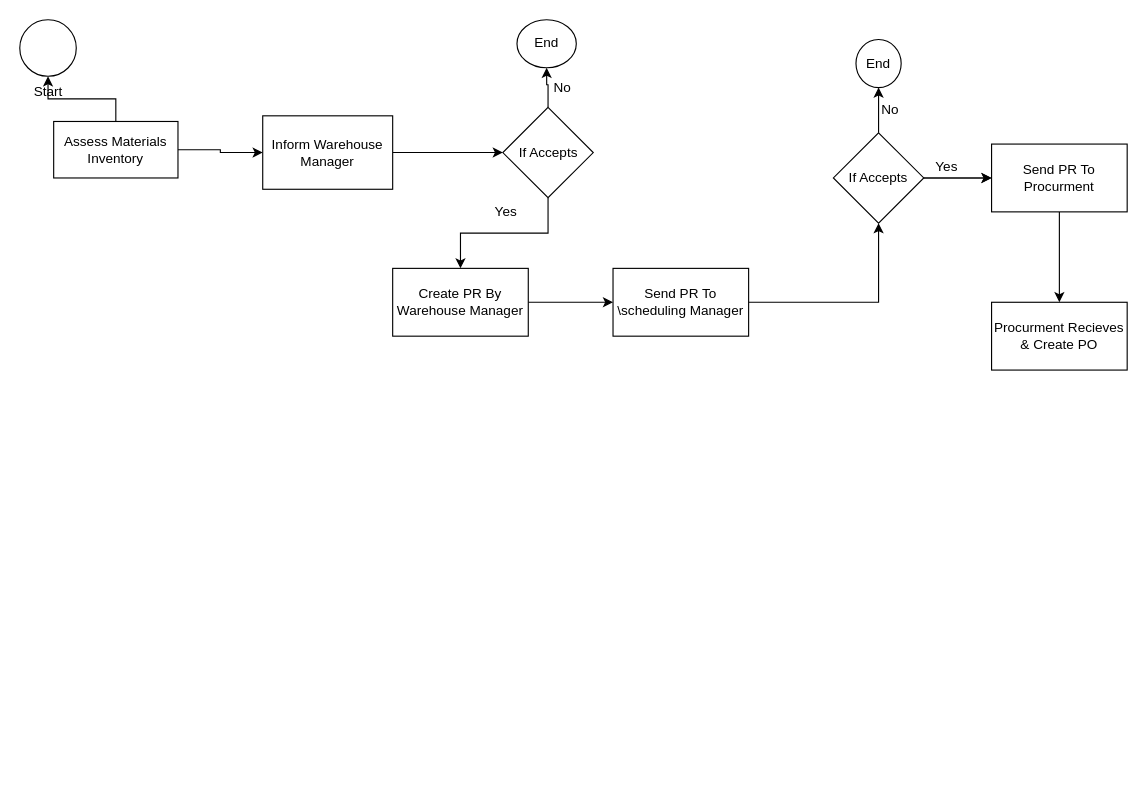
YousefShokati/YousefShokati keeps this draw.io diagram as Untitled Diagram.drawio. Above is the earlier version. Source tidied: cells renumbered, new cells numbered last; positions are measured from the earlier drawing's top-left corner, leaving out a move shared by most shapes. Both pictures are drawn from the tidied source at 113%, with x=0, y=0 at pixel (19, 19).
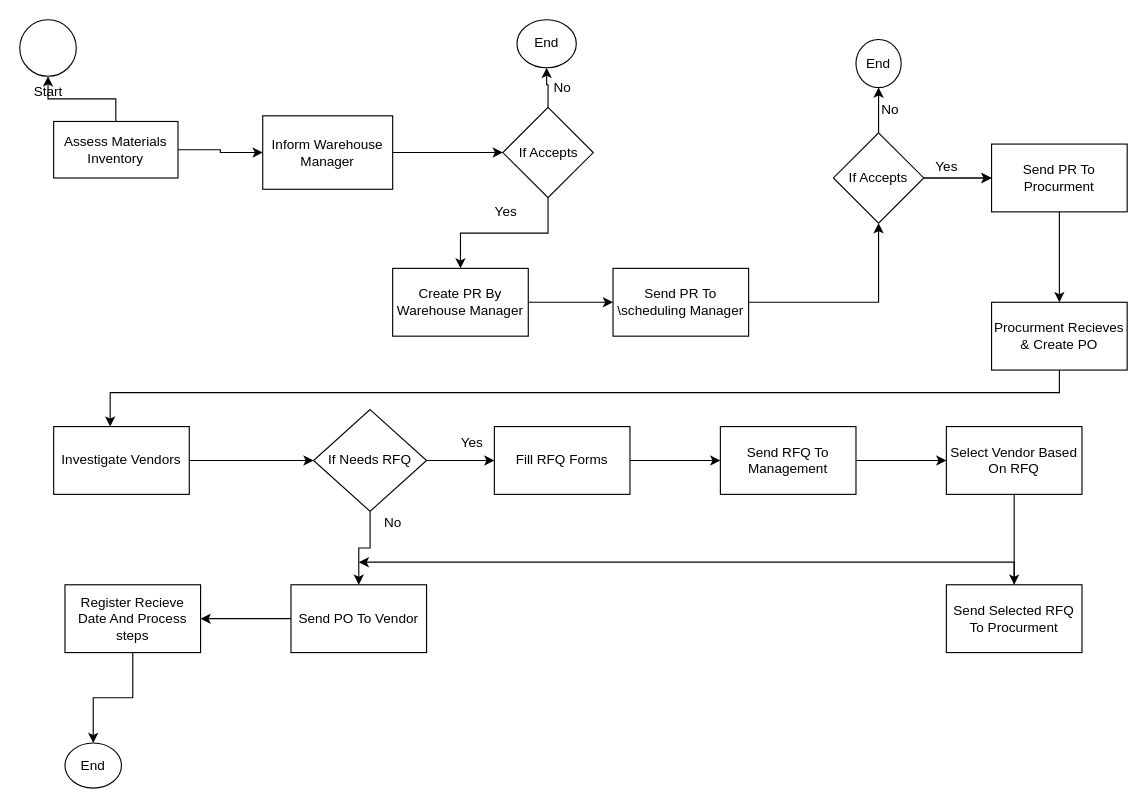
The same diagram, later.

Unchanged cells that the change refers to:
```xml
<mxCell id="27" value="Procurment Recieves &amp;amp; Create PO" style="whiteSpace=wrap;html=1;rounded=0;" parent="1" vertex="1">
  <mxGeometry x="860" y="250" width="120" height="60" as="geometry" />
</mxCell>
```

Change to the diagram source:
```diff
@@
+    <mxCell id="28" style="edgeStyle=orthogonalEdgeStyle;rounded=0;jettySize=auto;html=1;" parent="1" edge="1" source="27" target="30">
+      <mxGeometry relative="1" as="geometry">
+        <Array as="points">
+          <mxPoint x="920" y="330" />
+          <mxPoint x="80" y="330" />
+        </Array>
+      </mxGeometry>
+    </mxCell>
@@
+    <mxCell id="29" style="edgeStyle=orthogonalEdgeStyle;rounded=0;jettySize=auto;html=1;" parent="1" edge="1" source="30" target="33">
+      <mxGeometry relative="1" as="geometry">
+        <Array as="points">
+          <mxPoint x="210" y="390" />
+          <mxPoint x="210" y="390" />
+        </Array>
+      </mxGeometry>
+    </mxCell>
+    <mxCell id="30" value="Investigate Vendors" style="whiteSpace=wrap;html=1;rounded=0;" parent="1" vertex="1">
+      <mxGeometry x="30" y="360" width="120" height="60" as="geometry" />
+    </mxCell>
+    <mxCell id="31" style="edgeStyle=orthogonalEdgeStyle;rounded=0;jettySize=auto;html=1;" parent="1" edge="1" source="33" target="35">
+      <mxGeometry relative="1" as="geometry" />
+    </mxCell>
+    <mxCell id="32" style="edgeStyle=orthogonalEdgeStyle;rounded=0;jettySize=auto;html=1;" parent="1" edge="1" source="33" target="38">
+      <mxGeometry relative="1" as="geometry" />
+    </mxCell>
+    <mxCell id="33" value="If Needs RFQ" style="rhombus;whiteSpace=wrap;html=1;rounded=0;" parent="1" vertex="1">
+      <mxGeometry x="260" y="345" width="100" height="90" as="geometry" />
+    </mxCell>
+    <mxCell id="34" style="edgeStyle=orthogonalEdgeStyle;rounded=0;jettySize=auto;html=1;" parent="1" edge="1" source="35" target="47">
+      <mxGeometry relative="1" as="geometry" />
+    </mxCell>
+    <mxCell id="35" value="Send PO To Vendor" style="whiteSpace=wrap;html=1;rounded=0;" parent="1" vertex="1">
+      <mxGeometry x="240" y="500" width="120" height="60" as="geometry" />
+    </mxCell>
+    <mxCell id="36" value="No" style="text;html=1;align=center;verticalAlign=middle;strokeColor=none;fillColor=none;" parent="1" vertex="1">
+      <mxGeometry x="310" y="430" width="40" height="30" as="geometry" />
+    </mxCell>
+    <mxCell id="37" style="edgeStyle=orthogonalEdgeStyle;rounded=0;jettySize=auto;html=1;" parent="1" edge="1" source="38" target="41">
+      <mxGeometry relative="1" as="geometry" />
+    </mxCell>
+    <mxCell id="38" value="Fill RFQ Forms" style="whiteSpace=wrap;html=1;rounded=0;" parent="1" vertex="1">
+      <mxGeometry x="420" y="360" width="120" height="60" as="geometry" />
+    </mxCell>
+    <mxCell id="39" value="Yes" style="text;html=1;align=center;verticalAlign=middle;strokeColor=none;fillColor=none;" parent="1" vertex="1">
+      <mxGeometry x="380" y="360" width="40" height="30" as="geometry" />
+    </mxCell>
+    <mxCell id="40" style="edgeStyle=orthogonalEdgeStyle;rounded=0;jettySize=auto;html=1;" parent="1" edge="1" source="41" target="43">
+      <mxGeometry relative="1" as="geometry" />
+    </mxCell>
+    <mxCell id="41" value="Send RFQ To Management" style="whiteSpace=wrap;html=1;rounded=0;" parent="1" vertex="1">
+      <mxGeometry x="620" y="360" width="120" height="60" as="geometry" />
+    </mxCell>
+    <mxCell id="42" style="edgeStyle=orthogonalEdgeStyle;rounded=0;jettySize=auto;html=1;" parent="1" edge="1" source="43" target="45">
+      <mxGeometry relative="1" as="geometry" />
+    </mxCell>
+    <mxCell id="43" value="Select Vendor Based On RFQ" style="whiteSpace=wrap;html=1;rounded=0;" parent="1" vertex="1">
+      <mxGeometry x="820" y="360" width="120" height="60" as="geometry" />
+    </mxCell>
+    <mxCell id="44" style="edgeStyle=orthogonalEdgeStyle;rounded=0;jettySize=auto;html=1;" parent="1" edge="1" source="45">
+      <mxGeometry relative="1" as="geometry">
+        <mxPoint x="300" y="480" as="targetPoint" />
+        <Array as="points">
+          <mxPoint x="880" y="480" />
+        </Array>
+      </mxGeometry>
+    </mxCell>
+    <mxCell id="45" value="Send Selected RFQ To Procurment" style="whiteSpace=wrap;html=1;rounded=0;" parent="1" vertex="1">
+      <mxGeometry x="820" y="500" width="120" height="60" as="geometry" />
+    </mxCell>
+    <mxCell id="46" style="edgeStyle=orthogonalEdgeStyle;rounded=0;jettySize=auto;html=1;" parent="1" edge="1" source="47" target="48">
+      <mxGeometry relative="1" as="geometry" />
+    </mxCell>
+    <mxCell id="47" value="Register Recieve Date And Process steps" style="whiteSpace=wrap;html=1;rounded=0;" parent="1" vertex="1">
+      <mxGeometry x="40" y="500" width="120" height="60" as="geometry" />
+    </mxCell>
+    <mxCell id="48" value="End" style="ellipse;whiteSpace=wrap;html=1;rounded=0;" parent="1" vertex="1">
+      <mxGeometry x="40" y="640" width="50" height="40" as="geometry" />
+    </mxCell>
```
